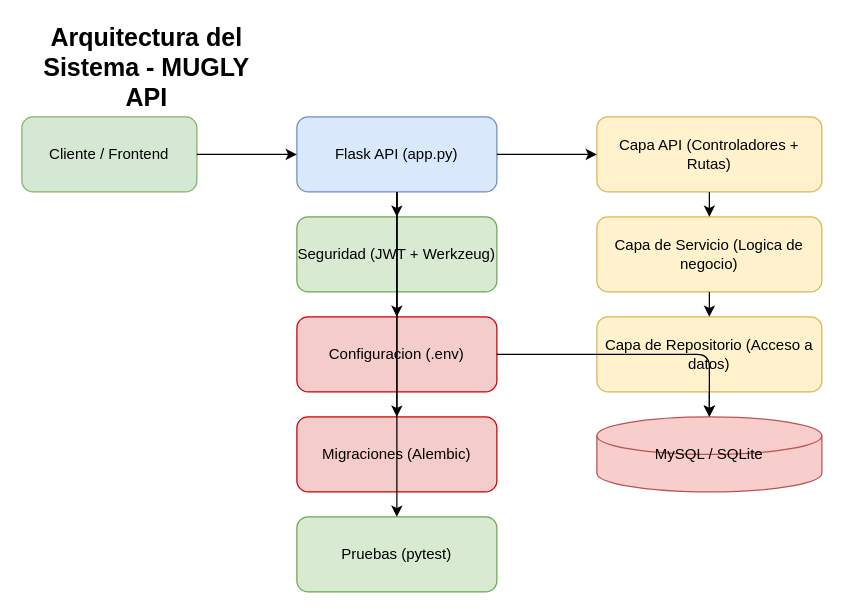
peddiazd/Backend-MUGLY keeps this draw.io diagram as docs/arquitectura.drawio.xml. Above is the earlier version. Source tidied: cells renumbered, new cells numbered last; positions are measured from the earlier drawing's top-left corner, leaving out a move shared by most shapes. Both pictures are drawn from the tidied source at 125%, with x=0, y=0 at pixel (21, 41).
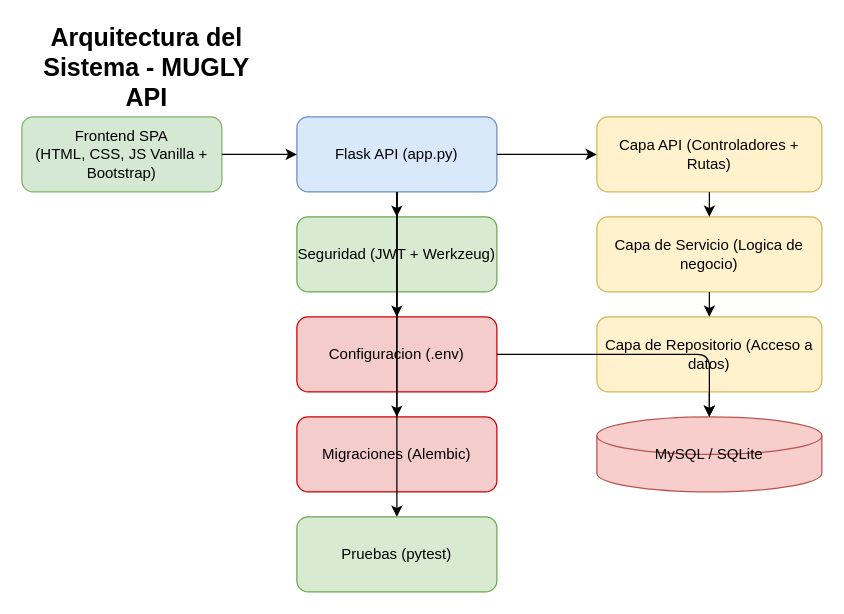
After the change.

Change to the diagram source:
```diff
@@
-    <mxCell id="3" value="Cliente / Frontend" style="rounded=1;whiteSpace=wrap;html=1;fillColor=#d5e8d4;strokeColor=#82b366;" parent="1" vertex="1">
-      <mxGeometry y="60" width="140" height="60" as="geometry" />
+    <mxCell id="3" value="Frontend SPA&lt;br&gt;(HTML, CSS, JS Vanilla + Bootstrap)" style="rounded=1;whiteSpace=wrap;html=1;fillColor=#d5e8d4;strokeColor=#82b366;" parent="1" vertex="1">
+      <mxGeometry y="60" width="160" height="60" as="geometry" />
     </mxCell>
```
